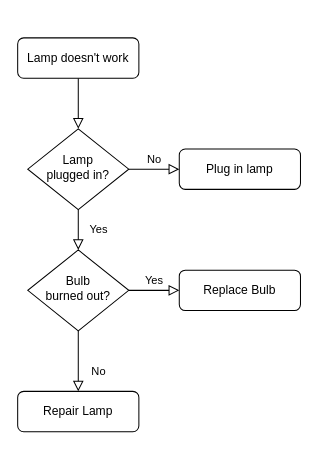
Above: Untitled Diagram.drawio in Xnowly/Algo_C_23241091 (draw.io), before the change. Source tidied: cells renumbered, new cells numbered last; positions are measured from the earlier drawing's top-left corner, leaving out a move shared by most shapes. Both pictures are drawn from the tidied source at 101%, with x=0, y=0 at pixel (17, 37).
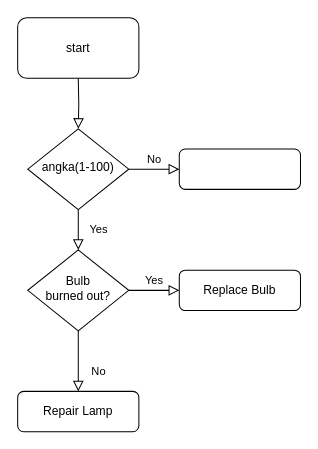
Above is the later version.

Commit message:
Tugas 1 Putra Ramadhan 23241091 .drawio

What changed in the source:
```diff
@@
 <mxGraphModel>
   <root>
     <mxCell id="0" />
     <mxCell id="1" parent="0" />
-    <mxCell id="2" style="rounded=0;html=1;jettySize=auto;fontSize=11;endArrow=block;endFill=0;endSize=8;strokeWidth=1;shadow=0;labelBackgroundColor=none;edgeStyle=orthogonalEdgeStyle;" parent="1" edge="1" source="3" target="6">
-      <mxGeometry relative="1" as="geometry" />
+    <mxCell id="2" style="rounded=0;html=1;jettySize=auto;fontSize=11;endArrow=block;endFill=0;endSize=8;strokeWidth=1;shadow=0;labelBackgroundColor=none;edgeStyle=orthogonalEdgeStyle;" parent="1" edge="1" target="6">
+      <mxGeometry relative="1" as="geometry">
+        <mxPoint x="60" y="40" as="sourcePoint" />
+      </mxGeometry>
     </mxCell>
-    <mxCell id="3" value="Lamp doesn't work" style="rounded=1;whiteSpace=wrap;html=1;fontSize=12;glass=0;strokeWidth=1;shadow=0;" parent="1" vertex="1">
-      <mxGeometry width="120" height="40" as="geometry" />
-    </mxCell>
     <mxCell id="4" value="Yes" style="rounded=0;html=1;jettySize=auto;fontSize=11;endArrow=block;endFill=0;endSize=8;strokeWidth=1;shadow=0;labelBackgroundColor=none;edgeStyle=orthogonalEdgeStyle;" parent="1" edge="1" source="6" target="10">
       <mxGeometry y="20" relative="1" as="geometry" />
     </mxCell>
     <mxCell id="5" value="No" style="edgeStyle=orthogonalEdgeStyle;rounded=0;html=1;jettySize=auto;fontSize=11;endArrow=block;endFill=0;endSize=8;strokeWidth=1;shadow=0;labelBackgroundColor=none;" parent="1" edge="1" source="6" target="7">
       <mxGeometry y="10" relative="1" as="geometry" />
     </mxCell>
-    <mxCell id="6" value="Lamp&lt;br&gt;plugged in?" style="rhombus;whiteSpace=wrap;html=1;shadow=0;fontFamily=Helvetica;fontSize=12;align=center;strokeWidth=1;spacing=6;spacingTop=-4;" parent="1" vertex="1">
+    <mxCell id="6" value="angka(1-100)" style="rhombus;whiteSpace=wrap;html=1;shadow=0;fontFamily=Helvetica;fontSize=12;align=center;strokeWidth=1;spacing=6;spacingTop=-4;" parent="1" vertex="1">
       <mxGeometry x="10" y="90" width="100" height="80" as="geometry" />
     </mxCell>
-    <mxCell id="7" value="Plug in lamp" style="rounded=1;whiteSpace=wrap;html=1;fontSize=12;glass=0;strokeWidth=1;shadow=0;" parent="1" vertex="1">
+    <mxCell id="7" style="rounded=1;whiteSpace=wrap;html=1;fontSize=12;glass=0;strokeWidth=1;shadow=0;" parent="1" vertex="1">
       <mxGeometry x="160" y="110" width="120" height="40" as="geometry" />
     </mxCell>
     <mxCell id="8" value="No" style="rounded=0;html=1;jettySize=auto;fontSize=11;endArrow=block;endFill=0;endSize=8;strokeWidth=1;shadow=0;labelBackgroundColor=none;edgeStyle=orthogonalEdgeStyle;" parent="1" edge="1" source="10" target="11">
       <mxGeometry x="0.33" y="20" relative="1" as="geometry" />
     </mxCell>
     <mxCell id="9" value="Yes" style="edgeStyle=orthogonalEdgeStyle;rounded=0;html=1;jettySize=auto;fontSize=11;endArrow=block;endFill=0;endSize=8;strokeWidth=1;shadow=0;labelBackgroundColor=none;" parent="1" edge="1" source="10" target="12">
       <mxGeometry y="10" relative="1" as="geometry" />
     </mxCell>
     <mxCell id="10" value="Bulb&lt;br&gt;burned out?" style="rhombus;whiteSpace=wrap;html=1;shadow=0;fontFamily=Helvetica;fontSize=12;align=center;strokeWidth=1;spacing=6;spacingTop=-4;" parent="1" vertex="1">
       <mxGeometry x="10" y="210" width="100" height="80" as="geometry" />
     </mxCell>
     <mxCell id="11" value="Repair Lamp" style="rounded=1;whiteSpace=wrap;html=1;fontSize=12;glass=0;strokeWidth=1;shadow=0;" parent="1" vertex="1">
       <mxGeometry y="350" width="120" height="40" as="geometry" />
     </mxCell>
     <mxCell id="12" value="Replace Bulb" style="rounded=1;whiteSpace=wrap;html=1;fontSize=12;glass=0;strokeWidth=1;shadow=0;" parent="1" vertex="1">
       <mxGeometry x="160" y="230" width="120" height="40" as="geometry" />
     </mxCell>
+    <mxCell id="13" value="start" style="rounded=1;whiteSpace=wrap;html=1;" parent="1" vertex="1">
+      <mxGeometry y="-20" width="120" height="60" as="geometry" />
+    </mxCell>
   </root>
 </mxGraphModel>
```
